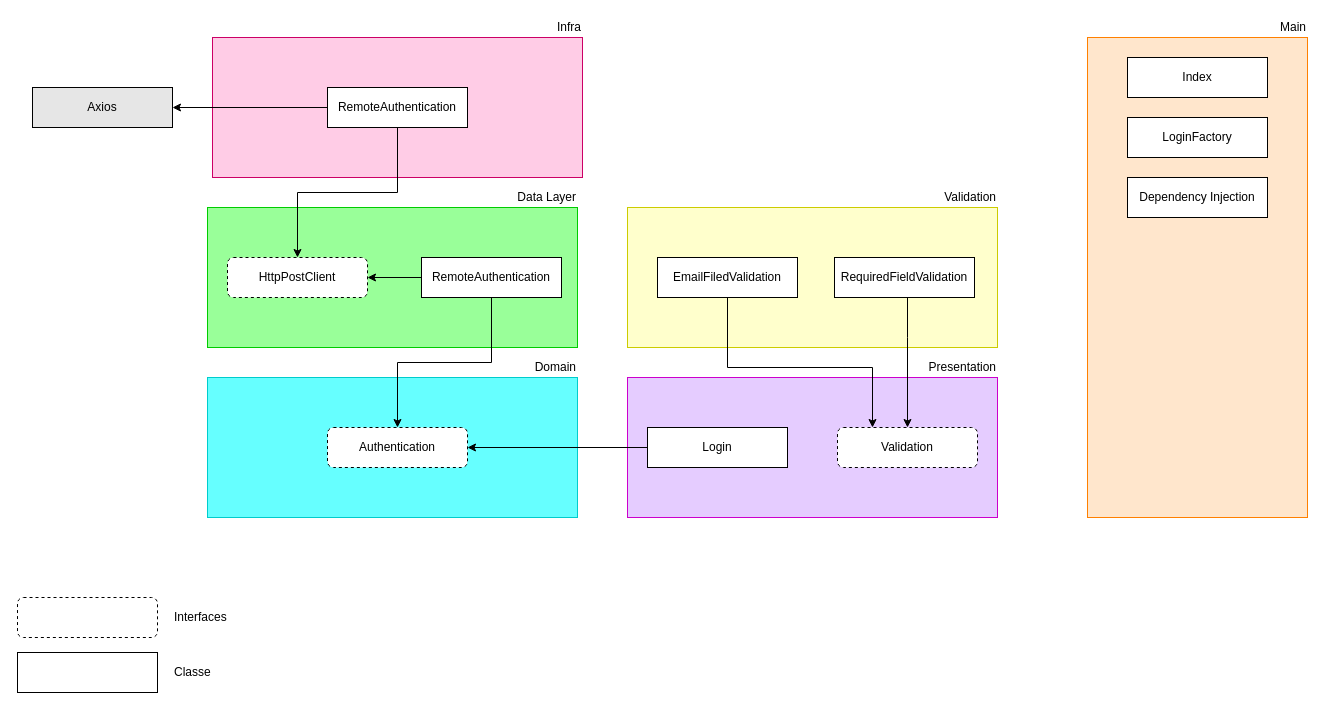
Earlier version of the draw.io diagram page "Page-2" (2 of 2) of Manguinho course - Login Diagram.drawio (EmersonCDias/udemy-maguinho-front). Source tidied: cells renumbered, new cells numbered last; positions are measured from the earlier drawing's top-left corner, leaving out a move shared by most shapes. Both pictures are drawn from the tidied source at 100%, with x=0, y=0 at pixel (17, 17).
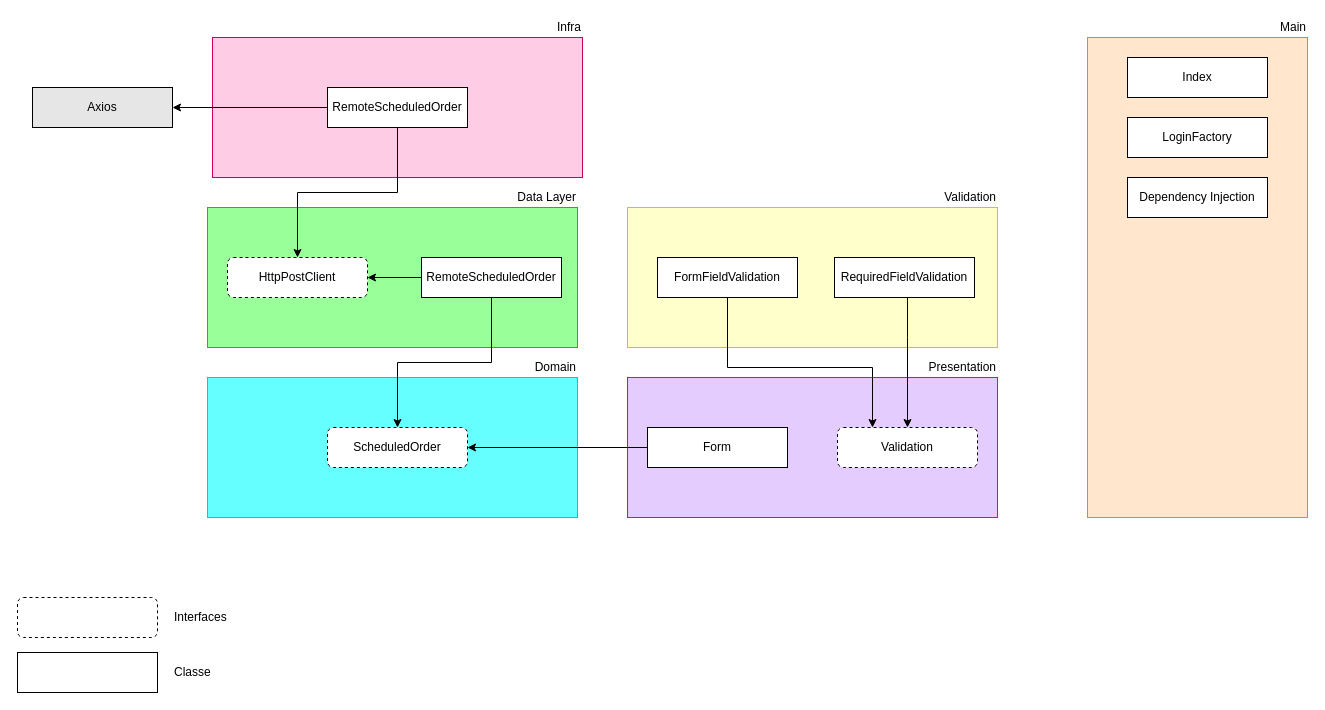
Above is the later version.

What changed in the source:
```diff
@@
-    <mxCell id="5" value="RemoteAuthentication" style="rounded=0;whiteSpace=wrap;html=1;" parent="1" vertex="1">
+    <mxCell id="5" value="RemoteScheduledOrder" style="rounded=0;whiteSpace=wrap;html=1;" parent="1" vertex="1">
       <mxGeometry x="404" y="240" width="140" height="40" as="geometry" />
     </mxCell>
@@
-    <mxCell id="10" value="Authentication" style="rounded=1;whiteSpace=wrap;html=1;dashed=1;" parent="1" vertex="1">
+    <mxCell id="10" value="ScheduledOrder" style="rounded=1;whiteSpace=wrap;html=1;dashed=1;" parent="1" vertex="1">
       <mxGeometry x="310" y="410" width="140" height="40" as="geometry" />
     </mxCell>
@@
-    <mxCell id="19" value="RemoteAuthentication" style="rounded=0;whiteSpace=wrap;html=1;" parent="1" vertex="1">
+    <mxCell id="19" value="RemoteScheduledOrder" style="rounded=0;whiteSpace=wrap;html=1;" parent="1" vertex="1">
       <mxGeometry x="310" y="70" width="140" height="40" as="geometry" />
     </mxCell>
@@
-    <mxCell id="24" value="Login" style="rounded=0;whiteSpace=wrap;html=1;" parent="1" vertex="1">
+    <mxCell id="24" value="Form" style="rounded=0;whiteSpace=wrap;html=1;" parent="1" vertex="1">
       <mxGeometry x="630" y="410" width="140" height="40" as="geometry" />
     </mxCell>
@@
-    <mxCell id="30" value="EmailFiledValidation" style="rounded=0;whiteSpace=wrap;html=1;" parent="1" vertex="1">
+    <mxCell id="30" value="FormFieldValidation" style="rounded=0;whiteSpace=wrap;html=1;" parent="1" vertex="1">
       <mxGeometry x="640" y="240" width="140" height="40" as="geometry" />
     </mxCell>
```
